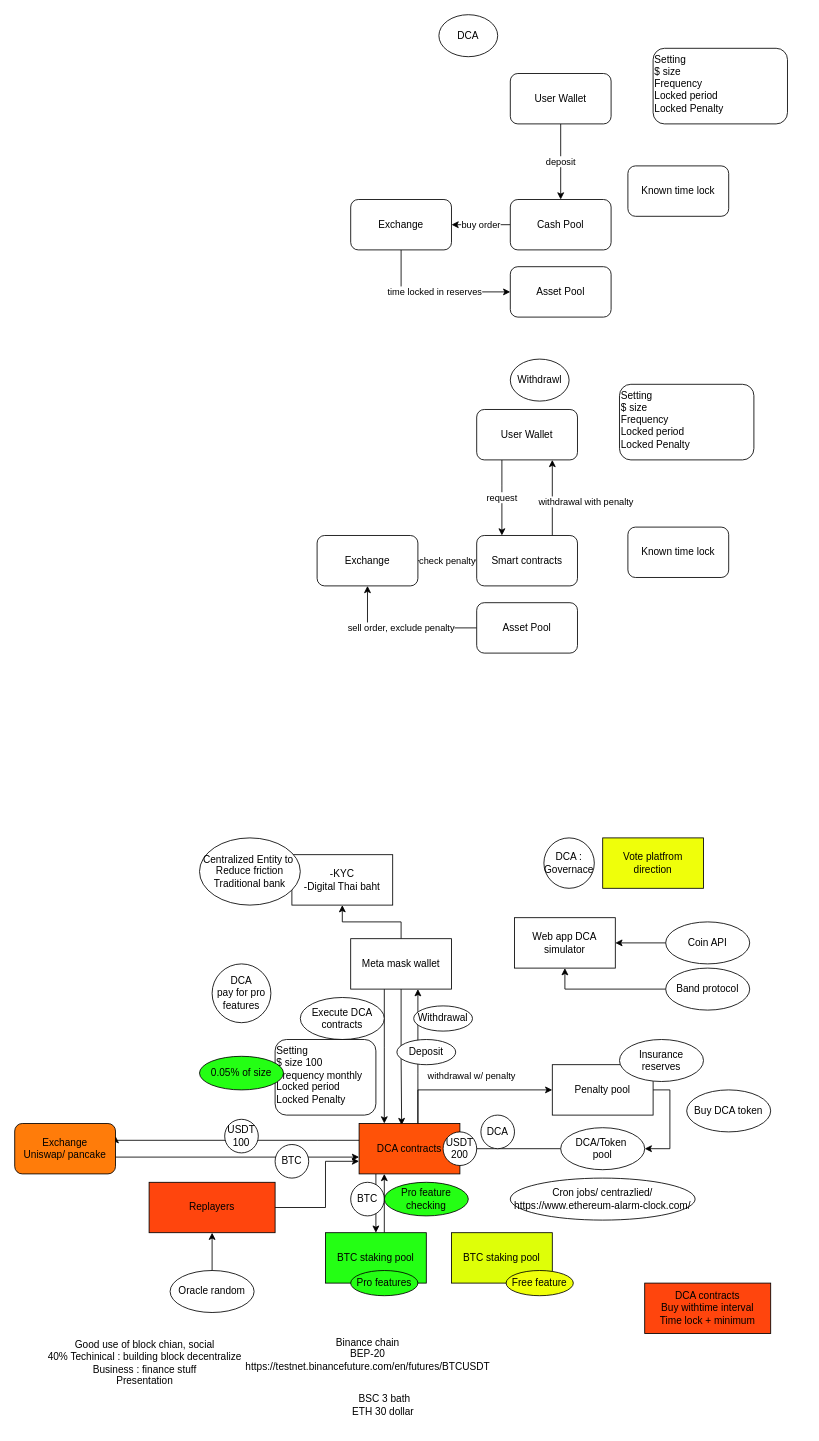
This is BitDoc.drawio from Crypto10x/BitDoc, a draw.io file, before an edit. Source tidied: cells renumbered, new cells numbered last; positions are measured from the earlier drawing's top-left corner, leaving out a move shared by most shapes. Both pictures are drawn from the tidied source at 84%, with x=0, y=0 at pixel (14, 14).
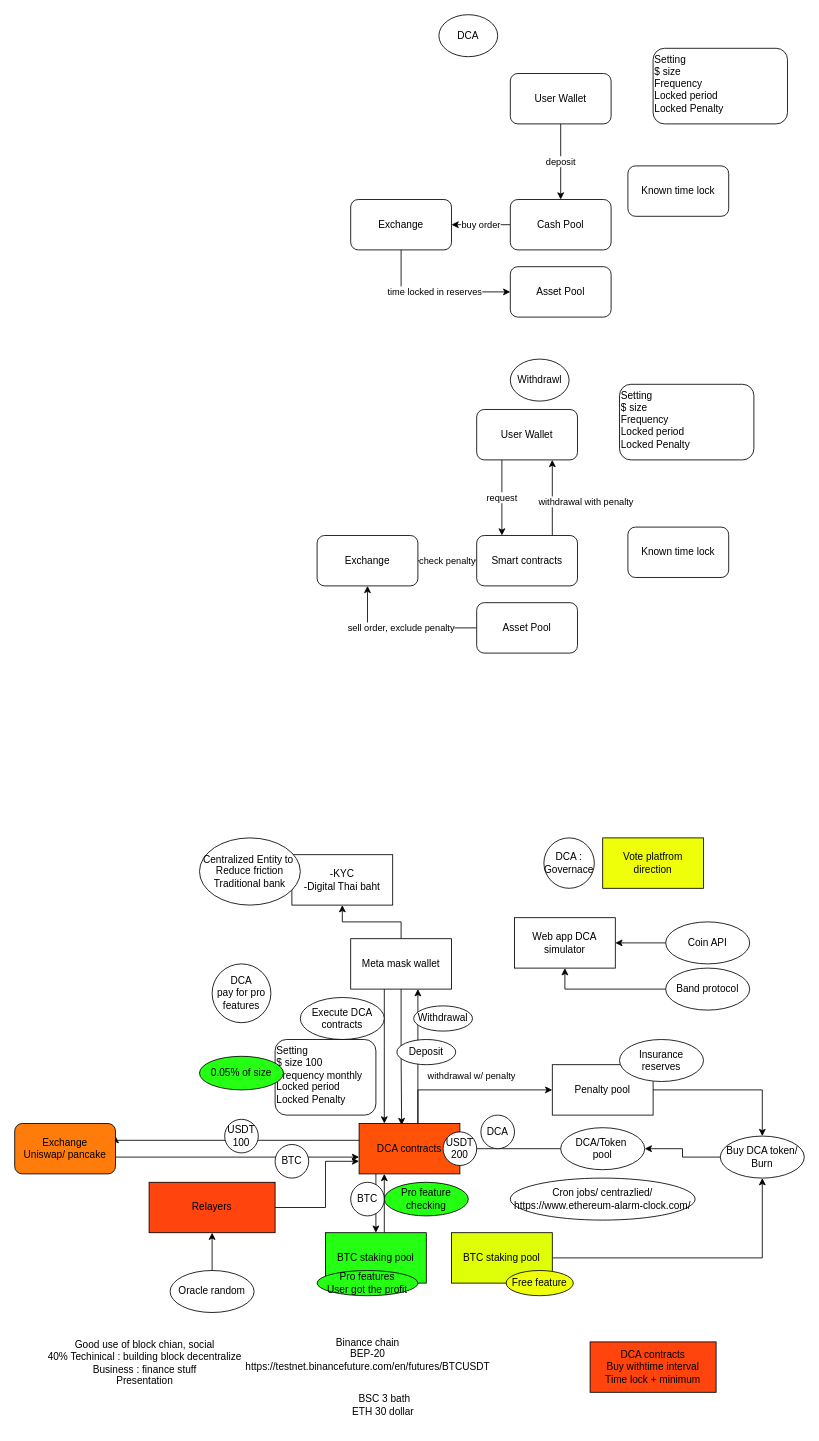
The same diagram, later.

Unchanged cells that the change refers to:
```xml
<mxCell id="37" value="Penalty pool" style="rounded=0;whiteSpace=wrap;html=1;" parent="1" vertex="1">
  <mxGeometry x="640" y="1250" width="120" height="60" as="geometry" />
</mxCell>
<mxCell id="42" value="DCA/Token&amp;nbsp;&lt;br&gt;pool" style="ellipse;whiteSpace=wrap;html=1;" parent="1" vertex="1">
  <mxGeometry x="650" y="1325" width="100" height="50" as="geometry" />
</mxCell>
<mxCell id="58" value="BTC staking pool" style="rounded=0;whiteSpace=wrap;html=1;fillColor=#DEFF08;" parent="1" vertex="1">
  <mxGeometry x="520" y="1450" width="120" height="60" as="geometry" />
</mxCell>
```

The edit, as a diff of the source:
```diff
@@
-    <mxCell id="36" style="edgeStyle=orthogonalEdgeStyle;rounded=0;jettySize=auto;html=1;entryX=1;entryY=0.5;entryDx=0;entryDy=0;" parent="1" edge="1" source="37" target="42">
+    <mxCell id="36" style="edgeStyle=orthogonalEdgeStyle;rounded=0;jettySize=auto;html=1;entryX=0.5;entryY=0;entryDx=0;entryDy=0;" parent="1" edge="1" source="37" target="55">
       <mxGeometry relative="1" as="geometry">
         <Array as="points">
-          <mxPoint x="780" y="1280" />
-          <mxPoint x="780" y="1350" />
+          <mxPoint x="890" y="1280" />
         </Array>
       </mxGeometry>
     </mxCell>
@@
+    <mxCell id="76" style="edgeStyle=orthogonalEdgeStyle;rounded=0;jettySize=auto;html=1;entryX=1;entryY=0.5;entryDx=0;entryDy=0;" parent="1" edge="1" source="55" target="42">
+      <mxGeometry relative="1" as="geometry" />
+    </mxCell>
-    <mxCell id="55" value="Buy DCA token" style="ellipse;whiteSpace=wrap;html=1;" parent="1" vertex="1">
-      <mxGeometry x="800" y="1280" width="100" height="50" as="geometry" />
+    <mxCell id="55" value="Buy DCA token/ Burn" style="ellipse;whiteSpace=wrap;html=1;" parent="1" vertex="1">
+      <mxGeometry x="840" y="1335" width="100" height="50" as="geometry" />
     </mxCell>
@@
-    <mxCell id="57" value="Pro features" style="ellipse;whiteSpace=wrap;html=1;fillColor=#24FF14;" parent="1" vertex="1">
-      <mxGeometry x="400" y="1495" width="80" height="30" as="geometry" />
+    <mxCell id="57" value="Pro features&lt;br&gt;User got the profit" style="ellipse;whiteSpace=wrap;html=1;fillColor=#24FF14;" parent="1" vertex="1">
+      <mxGeometry x="360" y="1495" width="120" height="30" as="geometry" />
     </mxCell>
+    <mxCell id="77" style="edgeStyle=orthogonalEdgeStyle;rounded=0;jettySize=auto;html=1;entryX=0.5;entryY=1;entryDx=0;entryDy=0;" parent="1" edge="1" source="58" target="55">
+      <mxGeometry relative="1" as="geometry" />
+    </mxCell>
@@
     <mxCell id="69" value="DCA contracts&lt;br&gt;Buy withtime interval&lt;br&gt;Time lock + minimum" style="rounded=0;whiteSpace=wrap;html=1;fillColor=#FF450D;" parent="1" vertex="1">
-      <mxGeometry x="750" y="1510" width="150" height="60" as="geometry" />
+      <mxGeometry x="685" y="1580" width="150" height="60" as="geometry" />
     </mxCell>
@@
-    <mxCell id="75" value="Replayers" style="rounded=0;whiteSpace=wrap;html=1;fillColor=#FF450D;" parent="1" vertex="1">
+    <mxCell id="75" value="Relayers" style="rounded=0;whiteSpace=wrap;html=1;fillColor=#FF450D;" parent="1" vertex="1">
       <mxGeometry x="160" y="1390" width="150" height="60" as="geometry" />
     </mxCell>
```
